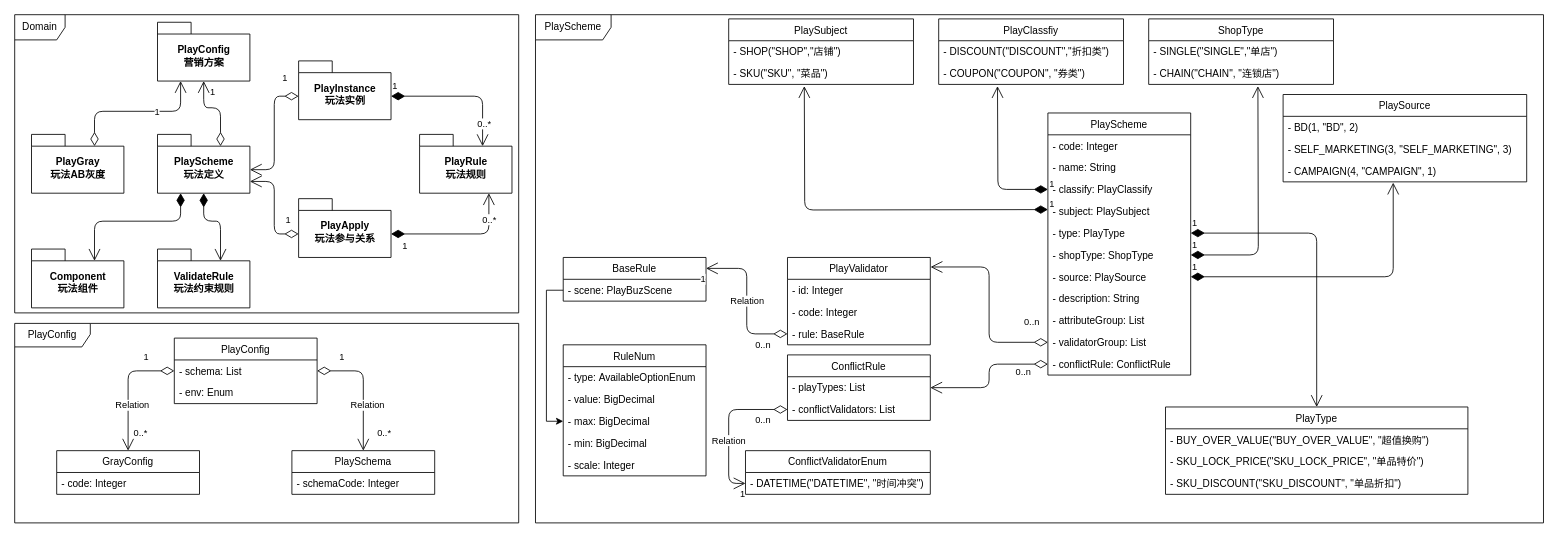
The draw.io diagram page "领域模型详细" (6 of 10) of 营销架构升级.drawio in jon-kong/draw.io, before the edit. Source tidied: cells renumbered, new cells numbered last; positions are measured from the earlier drawing's top-left corner, leaving out a move shared by most shapes. Both pictures are drawn from the tidied source at 84%, with x=0, y=0 at pixel (14, 14).
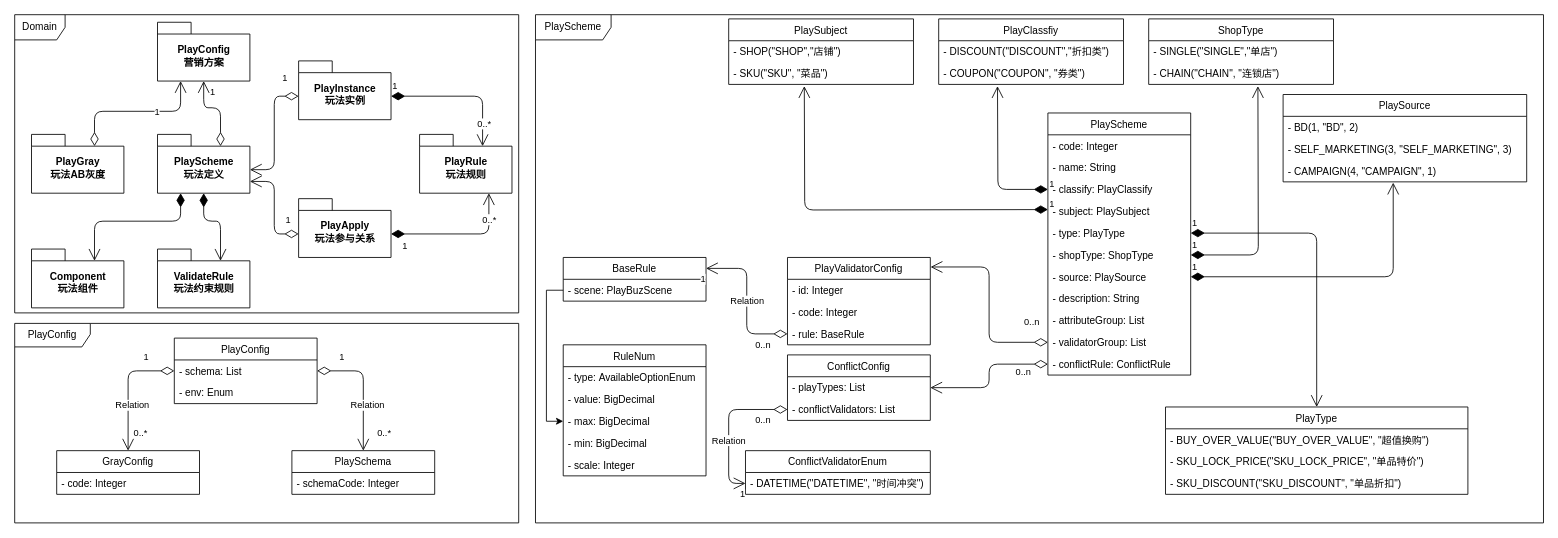
Above is the later version.

Commit message:
Update 营销架构升级.drawio

Diff of the diagram source:
```diff
@@
-    <mxCell id="32" value="ConflictRule" style="swimlane;fontStyle=0;horizontal=1;startSize=26;fillColor=none;fontColor=#000000;verticalAlign=top;" parent="1" vertex="1">
+    <mxCell id="32" value="ConflictConfig" style="swimlane;fontStyle=0;horizontal=1;startSize=26;fillColor=none;fontColor=#000000;verticalAlign=top;" parent="1" vertex="1">
       <mxGeometry x="920" y="405" width="170" height="78" as="geometry" />
     </mxCell>
@@
-    <mxCell id="37" value="PlayValidator" style="swimlane;fontStyle=0;horizontal=1;startSize=26;fillColor=none;fontColor=#000000;verticalAlign=top;" parent="1" vertex="1">
+    <mxCell id="37" value="PlayValidatorConfig" style="swimlane;fontStyle=0;horizontal=1;startSize=26;fillColor=none;fontColor=#000000;verticalAlign=top;" parent="1" vertex="1">
       <mxGeometry x="920" y="289" width="170" height="104" as="geometry" />
     </mxCell>
```
